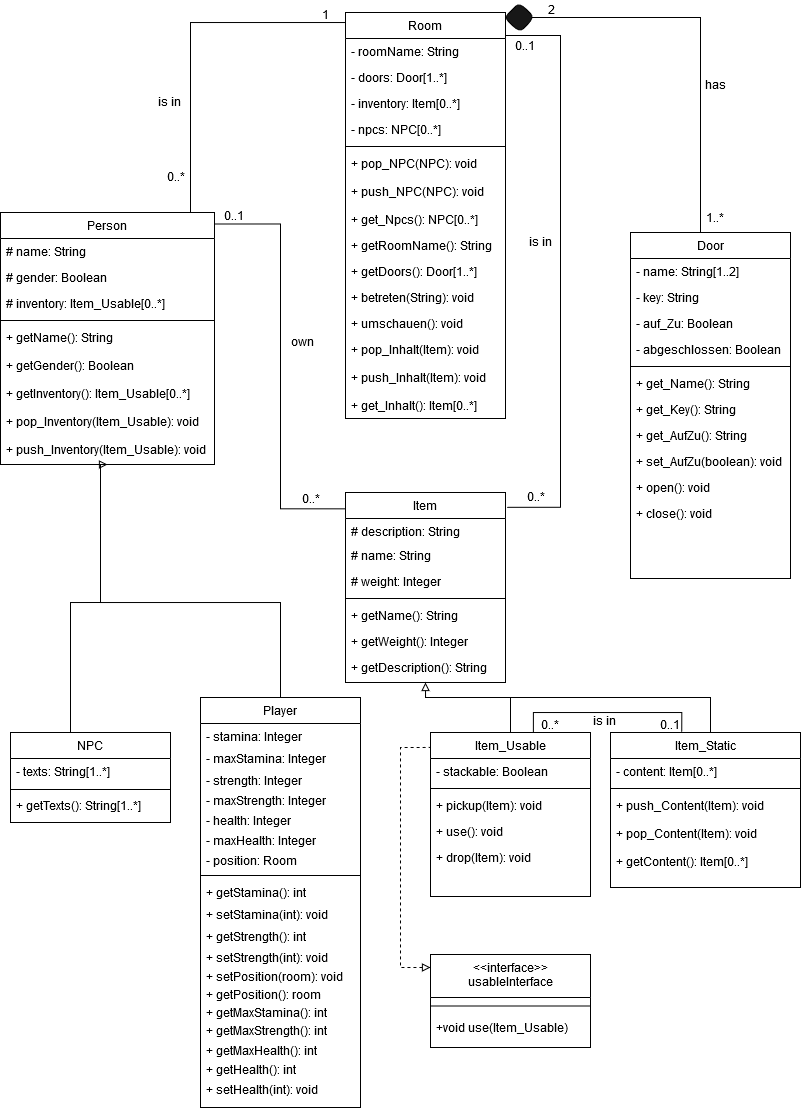
Above: Klassendiagram.png in Elegond/AE-Text-Adventure (draw.io), before the change. Source tidied: cells renumbered, new cells last; positions are measured from the earlier drawing's top-left corner, leaving out a move shared by most shapes.
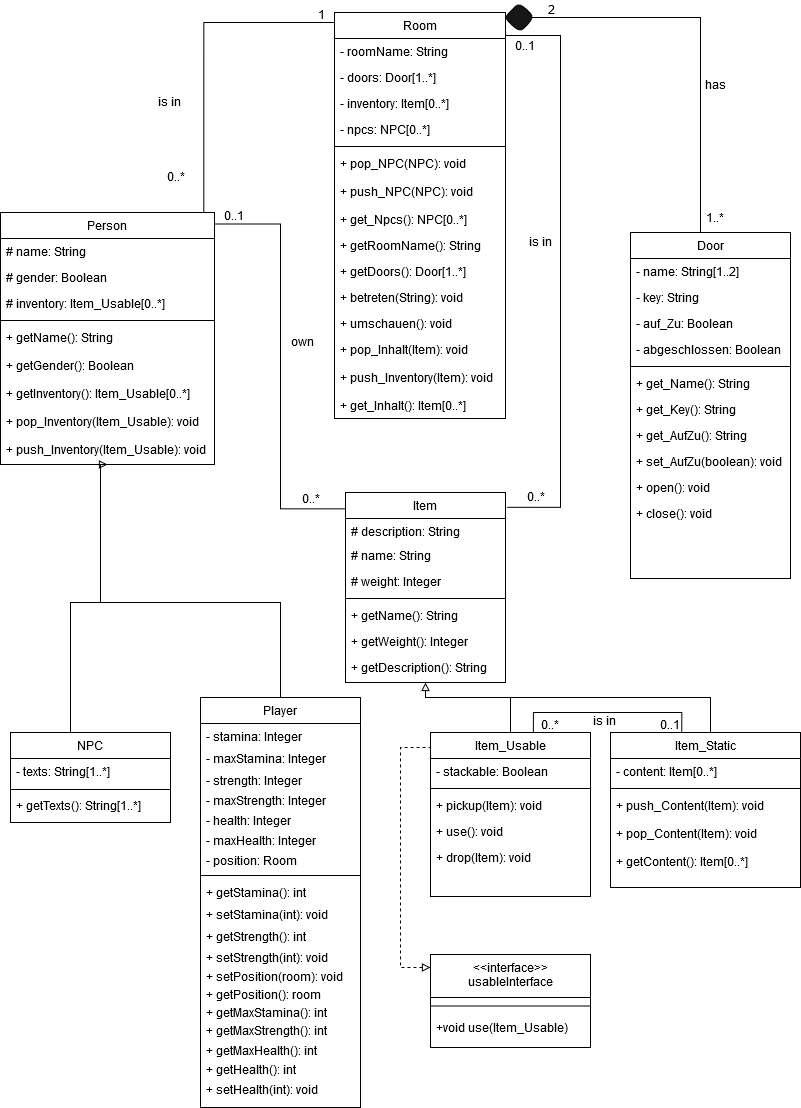
Later version of the same file.

Change to the diagram source:
```diff
@@ -5,8 +5,8 @@
     <mxCell id="2" style="edgeStyle=orthogonalEdgeStyle;rounded=0;jettySize=auto;html=1;exitX=0.95;exitY=0.005;exitDx=0;exitDy=0;entryX=0;entryY=0;entryDx=0;entryDy=0;endArrow=none;endFill=0;exitPerimeter=0;" parent="1" edge="1" source="3" target="13">
       <mxGeometry relative="1" as="geometry">
         <Array as="points">
-          <mxPoint x="190" y="22" />
-          <mxPoint x="345" y="22" />
+          <mxPoint x="203" y="22" />
+          <mxPoint x="334" y="22" />
         </Array>
       </mxGeometry>
     </mxCell>
@@ -41,52 +41,52 @@
       <mxGeometry y="224" width="214" height="28" as="geometry" />
     </mxCell>
     <mxCell id="13" value="Room" style="swimlane;fontStyle=0;align=center;verticalAlign=top;horizontal=1;startSize=26;rounded=0;shadow=0;strokeWidth=1;" parent="1" vertex="1">
-      <mxGeometry x="345" y="12" width="160" height="406" as="geometry" />
+      <mxGeometry x="334" y="12" width="171" height="406" as="geometry" />
     </mxCell>
     <mxCell id="14" value="- roomName: String" style="text;align=left;verticalAlign=top;spacingLeft=4;spacingRight=4;overflow=hidden;" parent="13" vertex="1">
-      <mxGeometry y="26" width="160" height="26" as="geometry" />
+      <mxGeometry y="26" width="171" height="26" as="geometry" />
     </mxCell>
     <mxCell id="15" value="- doors: Door[1..*]" style="text;align=left;verticalAlign=top;spacingLeft=4;spacingRight=4;overflow=hidden;" parent="13" vertex="1">
-      <mxGeometry y="52" width="160" height="26" as="geometry" />
+      <mxGeometry y="52" width="171" height="26" as="geometry" />
     </mxCell>
     <mxCell id="16" value="- inventory: Item[0..*]" style="text;align=left;verticalAlign=top;spacingLeft=4;spacingRight=4;overflow=hidden;" parent="13" vertex="1">
-      <mxGeometry y="78" width="160" height="26" as="geometry" />
+      <mxGeometry y="78" width="171" height="26" as="geometry" />
     </mxCell>
     <mxCell id="17" value="- npcs: NPC[0..*]" style="text;align=left;verticalAlign=top;spacingLeft=4;spacingRight=4;overflow=hidden;" parent="13" vertex="1">
-      <mxGeometry y="104" width="160" height="26" as="geometry" />
+      <mxGeometry y="104" width="171" height="26" as="geometry" />
     </mxCell>
     <mxCell id="18" style="line;html=1;strokeWidth=1;align=left;verticalAlign=middle;spacingTop=-1;spacingLeft=3;spacingRight=3;labelPosition=right;" parent="13" vertex="1">
-      <mxGeometry y="130" width="160" height="8" as="geometry" />
+      <mxGeometry y="130" width="171" height="8" as="geometry" />
     </mxCell>
     <mxCell id="19" value="+ pop_NPC(NPC): void" style="text;align=left;verticalAlign=top;spacingLeft=4;spacingRight=4;overflow=hidden;" parent="13" vertex="1">
-      <mxGeometry y="138" width="160" height="28" as="geometry" />
+      <mxGeometry y="138" width="171" height="28" as="geometry" />
     </mxCell>
     <mxCell id="20" value="+ push_NPC(NPC): void" style="text;align=left;verticalAlign=top;spacingLeft=4;spacingRight=4;overflow=hidden;" parent="13" vertex="1">
-      <mxGeometry y="166" width="160" height="28" as="geometry" />
+      <mxGeometry y="166" width="171" height="28" as="geometry" />
     </mxCell>
     <mxCell id="21" value="+ get_Npcs(): NPC[0..*]" style="text;align=left;verticalAlign=top;spacingLeft=4;spacingRight=4;overflow=hidden;" parent="13" vertex="1">
-      <mxGeometry y="194" width="160" height="26" as="geometry" />
+      <mxGeometry y="194" width="171" height="26" as="geometry" />
     </mxCell>
     <mxCell id="22" value="+ getRoomName(): String" style="text;align=left;verticalAlign=top;spacingLeft=4;spacingRight=4;overflow=hidden;" parent="13" vertex="1">
-      <mxGeometry y="220" width="160" height="26" as="geometry" />
+      <mxGeometry y="220" width="171" height="26" as="geometry" />
     </mxCell>
     <mxCell id="23" value="+ getDoors(): Door[1..*]" style="text;align=left;verticalAlign=top;spacingLeft=4;spacingRight=4;overflow=hidden;" parent="13" vertex="1">
-      <mxGeometry y="246" width="160" height="26" as="geometry" />
+      <mxGeometry y="246" width="171" height="26" as="geometry" />
     </mxCell>
     <mxCell id="24" value="+ betreten(String): void" style="text;align=left;verticalAlign=top;spacingLeft=4;spacingRight=4;overflow=hidden;" parent="13" vertex="1">
-      <mxGeometry y="272" width="160" height="26" as="geometry" />
+      <mxGeometry y="272" width="171" height="26" as="geometry" />
     </mxCell>
     <mxCell id="25" value="+ umschauen(): void" style="text;align=left;verticalAlign=top;spacingLeft=4;spacingRight=4;overflow=hidden;" parent="13" vertex="1">
-      <mxGeometry y="298" width="160" height="26" as="geometry" />
+      <mxGeometry y="298" width="171" height="26" as="geometry" />
     </mxCell>
     <mxCell id="26" value="+ pop_Inhalt(Item): void" style="text;align=left;verticalAlign=top;spacingLeft=4;spacingRight=4;overflow=hidden;" parent="13" vertex="1">
-      <mxGeometry y="324" width="160" height="28" as="geometry" />
+      <mxGeometry y="324" width="171" height="28" as="geometry" />
     </mxCell>
-    <mxCell id="27" value="+ push_Inhalt(Item): void" style="text;align=left;verticalAlign=top;spacingLeft=4;spacingRight=4;overflow=hidden;" parent="13" vertex="1">
-      <mxGeometry y="352" width="160" height="28" as="geometry" />
+    <mxCell id="27" value="+ push_Inventory(Item): void" style="text;align=left;verticalAlign=top;spacingLeft=4;spacingRight=4;overflow=hidden;" parent="13" vertex="1">
+      <mxGeometry y="352" width="171" height="28" as="geometry" />
     </mxCell>
     <mxCell id="28" value="+ get_Inhalt(): Item[0..*]" style="text;align=left;verticalAlign=top;spacingLeft=4;spacingRight=4;overflow=hidden;" parent="13" vertex="1">
-      <mxGeometry y="380" width="160" height="26" as="geometry" />
+      <mxGeometry y="380" width="171" height="26" as="geometry" />
     </mxCell>
     <mxCell id="29" style="edgeStyle=orthogonalEdgeStyle;rounded=0;jettySize=auto;html=1;entryX=0;entryY=1;entryDx=0;entryDy=0;endArrow=none;endFill=0;exitX=0.002;exitY=0.086;exitDx=0;exitDy=0;exitPerimeter=0;" parent="1" edge="1" source="30" target="74">
       <mxGeometry relative="1" as="geometry">
@@ -242,7 +242,7 @@
       <mxGeometry x="282" y="332" width="40" height="17" as="geometry" />
     </mxCell>
     <mxCell id="71" value="1" style="text;html=1;strokeColor=none;fillColor=none;align=center;verticalAlign=middle;whiteSpace=wrap;rounded=0;" parent="1" vertex="1">
-      <mxGeometry x="305" y="5" width="40" height="17" as="geometry" />
+      <mxGeometry x="301" y="4" width="40" height="20" as="geometry" />
     </mxCell>
     <mxCell id="72" value="0..*" style="text;html=1;strokeColor=none;fillColor=none;align=center;verticalAlign=middle;whiteSpace=wrap;rounded=0;" parent="1" vertex="1">
       <mxGeometry x="156" y="167" width="40" height="17" as="geometry" />
```
